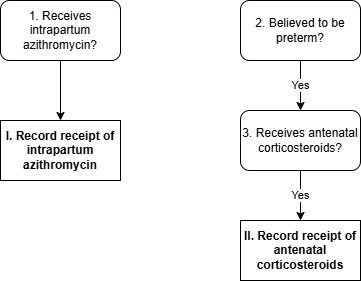
Above: docs/source/models/concept_models/vivarium_mncnh_portfolio/intrapartum_interventions/intrapartum_intervention_module_diagram.png in ihmeuw/vivarium_research (draw.io), before the change. Source tidied: cells renumbered, new cells last; positions are measured from the earlier drawing's top-left corner, leaving out a move shared by most shapes.
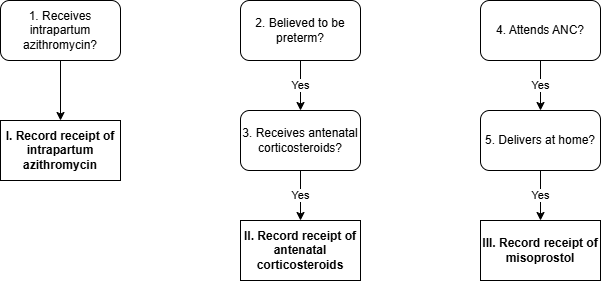
Later version of the same file.

The edit, as a diff of the source:
```diff
@@ -26,5 +26,20 @@
     <mxCell id="9" value="&lt;b&gt;II. Record receipt of antenatal corticosteroids&lt;/b&gt;" style="rounded=0;whiteSpace=wrap;html=1;" parent="1" vertex="1">
       <mxGeometry x="240" y="220" width="120" height="60" as="geometry" />
     </mxCell>
+    <mxCell id="10" value="Yes" style="edgeStyle=orthogonalEdgeStyle;rounded=0;jettySize=auto;html=1;" parent="1" edge="1" source="11" target="13">
+      <mxGeometry relative="1" as="geometry" />
+    </mxCell>
+    <mxCell id="11" value="4. Attends ANC?" style="rounded=1;whiteSpace=wrap;html=1;" parent="1" vertex="1">
+      <mxGeometry x="480" width="120" height="60" as="geometry" />
+    </mxCell>
+    <mxCell id="12" value="Yes" style="edgeStyle=orthogonalEdgeStyle;rounded=0;jettySize=auto;html=1;" parent="1" edge="1" source="13" target="14">
+      <mxGeometry relative="1" as="geometry" />
+    </mxCell>
+    <mxCell id="13" value="5. Delivers at home?" style="rounded=1;whiteSpace=wrap;html=1;" parent="1" vertex="1">
+      <mxGeometry x="480" y="110" width="120" height="60" as="geometry" />
+    </mxCell>
+    <mxCell id="14" value="&lt;b&gt;III. Record receipt of misoprostol&lt;/b&gt;" style="rounded=0;whiteSpace=wrap;html=1;" parent="1" vertex="1">
+      <mxGeometry x="480" y="220" width="120" height="60" as="geometry" />
+    </mxCell>
   </root>
 </mxGraphModel>
```
